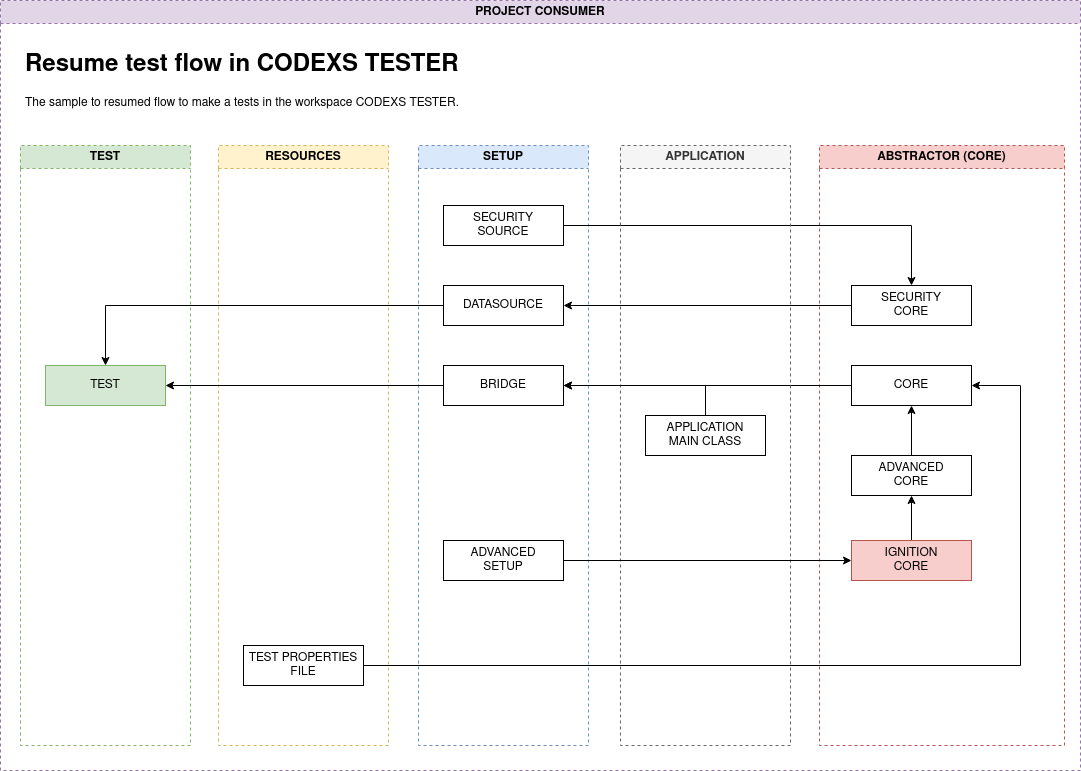
This is data/midias/release_1.0.5/codexstester-diagram-flow-resumed-release_1.0.5.png from huntercodexs/codexstester, a draw.io export, as it was before one commit. Source tidied: cells renumbered, new cells last; positions are measured from the earlier drawing's top-left corner, leaving out a move shared by most shapes.
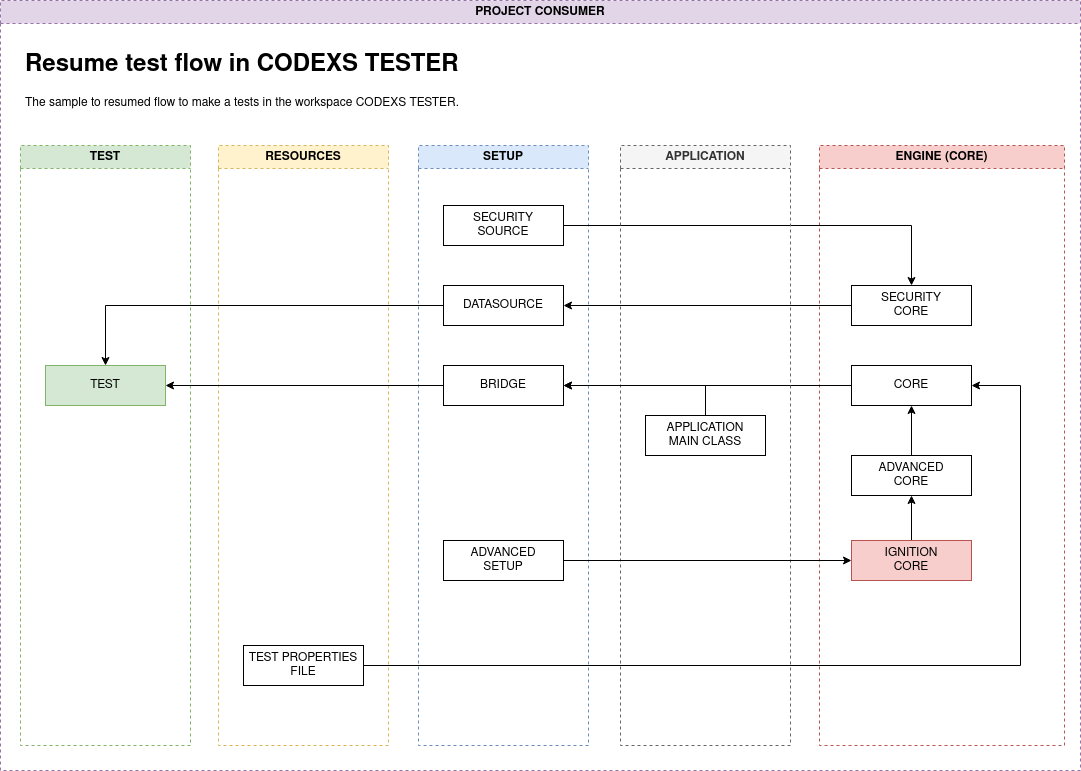
After the commit.

Change to the diagram source:
```diff
@@ -29,7 +29,7 @@
     <mxCell id="10" value="BRIDGE" style="whiteSpace=wrap;html=1;rounded=0;" parent="6" vertex="1">
       <mxGeometry x="25" y="220" width="120" height="40" as="geometry" />
     </mxCell>
-    <mxCell id="11" value="ABSTRACTOR (CORE)" style="swimlane;whiteSpace=wrap;html=1;dashed=1;fillColor=#f8cecc;strokeColor=#b85450;" parent="2" vertex="1">
+    <mxCell id="11" value="ENGINE (CORE)" style="swimlane;whiteSpace=wrap;html=1;dashed=1;fillColor=#f8cecc;strokeColor=#b85450;" parent="2" vertex="1">
       <mxGeometry x="819" y="145" width="245" height="600" as="geometry" />
     </mxCell>
     <mxCell id="12" value="&lt;div&gt;CORE&lt;/div&gt;" style="whiteSpace=wrap;html=1;rounded=0;" parent="11" vertex="1">
```
